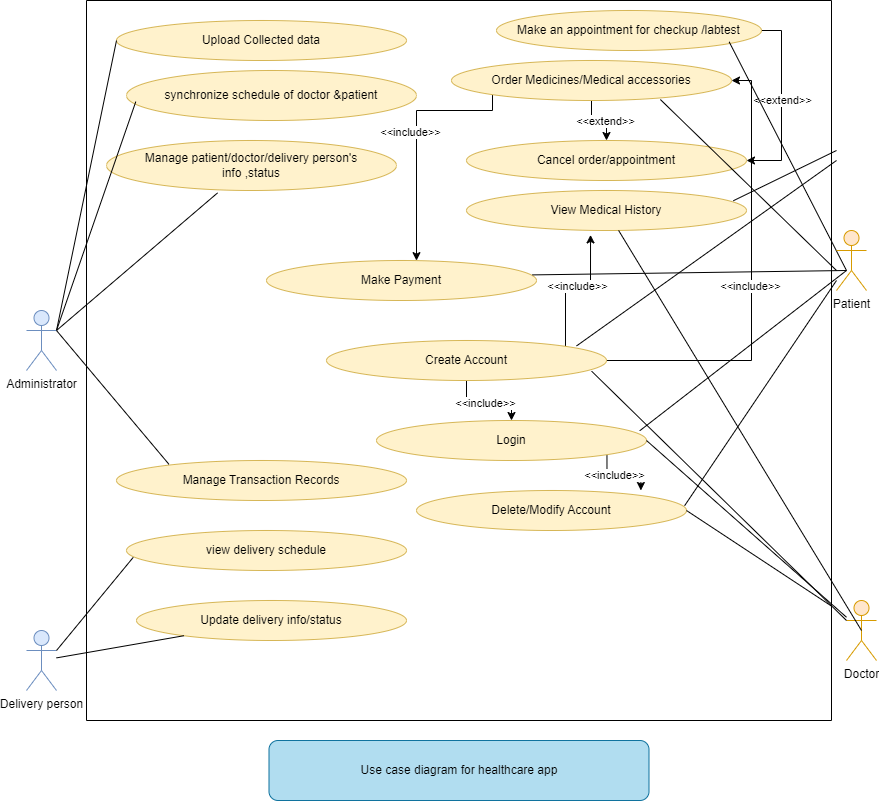
This is medtech_maven_usecase_diagram.png from TRISHAHALDER/Medtech_Maven_usecase_diagram, a draw.io export, as it was before one commit. Source tidied: cells renumbered, new cells last; positions are measured from the earlier drawing's top-left corner, leaving out a move shared by most shapes.
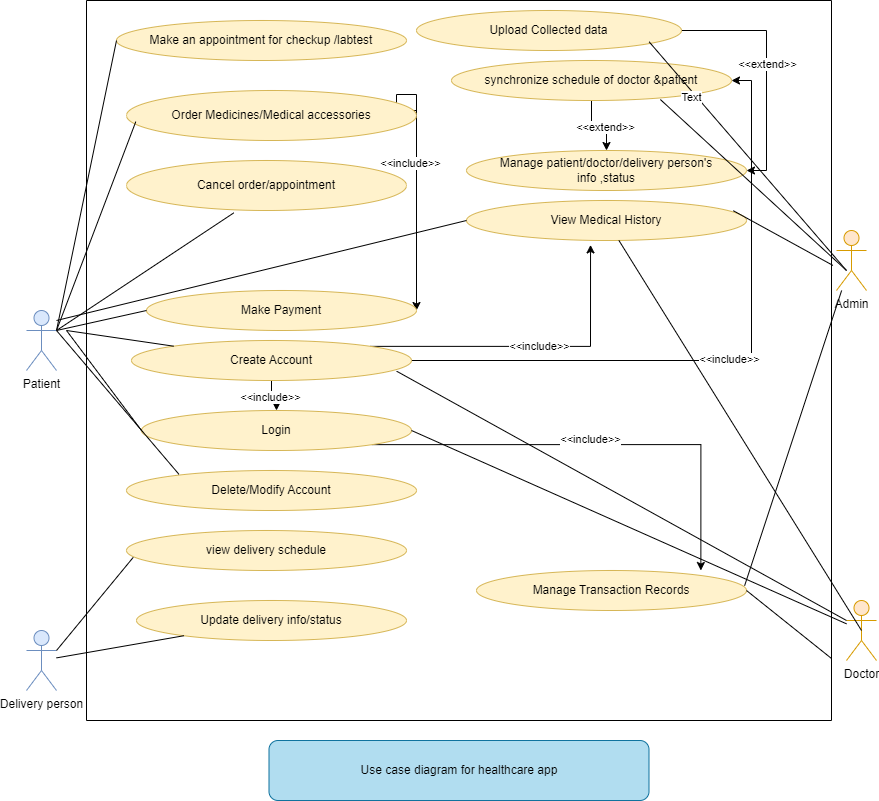
Later version of the same file.

What changed in the source:
```diff
@@ -24,10 +24,10 @@
       <mxGeometry x="-0.11" y="-2" relative="1" as="geometry" />
     </mxCell>
     <mxCell id="9" value="Create Account" style="ellipse;whiteSpace=wrap;html=1;fillColor=#fff2cc;strokeColor=#d6b656;" parent="2" vertex="1">
-      <mxGeometry x="240" y="340" width="280" height="40" as="geometry" />
+      <mxGeometry x="45" y="340" width="280" height="40" as="geometry" />
     </mxCell>
-    <mxCell id="10" value="Delete/Modify Account" style="ellipse;whiteSpace=wrap;html=1;fillColor=#fff2cc;strokeColor=#d6b656;" parent="2" vertex="1">
-      <mxGeometry x="330" y="490" width="270" height="40" as="geometry" />
+    <mxCell id="10" value="Manage Transaction Records" style="ellipse;whiteSpace=wrap;html=1;fillColor=#fff2cc;strokeColor=#d6b656;" parent="2" vertex="1">
+      <mxGeometry x="390" y="570" width="270" height="40" as="geometry" />
     </mxCell>
     <mxCell id="11" style="edgeStyle=orthogonalEdgeStyle;rounded=0;jettySize=auto;html=1;exitX=1;exitY=1;exitDx=0;exitDy=0;entryX=0.831;entryY=0;entryDx=0;entryDy=0;entryPerimeter=0;" parent="2" edge="1" source="13" target="10">
       <mxGeometry relative="1" as="geometry" />
@@ -36,20 +36,17 @@
       <mxGeometry x="-0.04" y="6" relative="1" as="geometry" />
     </mxCell>
     <mxCell id="13" value="Login" style="ellipse;whiteSpace=wrap;html=1;fillColor=#fff2cc;strokeColor=#d6b656;" parent="2" vertex="1">
-      <mxGeometry x="290" y="420" width="270" height="40" as="geometry" />
+      <mxGeometry x="55" y="410" width="270" height="40" as="geometry" />
     </mxCell>
-    <mxCell id="14" style="endArrow=none;html=1;rounded=0;exitX=0.893;exitY=0.136;exitDx=0;exitDy=0;exitPerimeter=0;" parent="2" edge="1" source="9">
-      <mxGeometry relative="1" as="geometry">
-        <mxPoint x="750" y="160" as="targetPoint" />
-      </mxGeometry>
-    </mxCell>
     <mxCell id="15" style="endArrow=none;html=1;rounded=0;exitX=1;exitY=0.5;exitDx=0;exitDy=0;" parent="2" edge="1" source="10" target="2">
       <mxGeometry relative="1" as="geometry" />
     </mxCell>
-    <mxCell id="16" style="edgeStyle=orthogonalEdgeStyle;rounded=0;jettySize=auto;html=1;exitX=0;exitY=1;exitDx=0;exitDy=0;" parent="2" edge="1" source="20" target="29">
+    <mxCell id="16" style="edgeStyle=orthogonalEdgeStyle;rounded=0;jettySize=auto;html=1;exitX=1;exitY=0.5;exitDx=0;exitDy=0;" parent="2" edge="1" source="27" target="29">
       <mxGeometry relative="1" as="geometry">
         <Array as="points">
-          <mxPoint x="406" y="110" />
+          <mxPoint x="330" y="94" />
+          <mxPoint x="310" y="94" />
+          <mxPoint x="310" y="110" />
           <mxPoint x="330" y="110" />
         </Array>
       </mxGeometry>
@@ -63,11 +60,11 @@
     <mxCell id="19" value="&amp;lt;&amp;lt;extend&amp;gt;&amp;gt;" style="edgeLabel;html=1;align=center;verticalAlign=middle;" parent="18" vertex="1">
       <mxGeometry x="0.26" y="-2" relative="1" as="geometry" />
     </mxCell>
-    <mxCell id="20" value="Order Medicines/Medical accessories" style="ellipse;whiteSpace=wrap;html=1;fillColor=#fff2cc;strokeColor=#d6b656;" parent="2" vertex="1">
+    <mxCell id="20" value="synchronize schedule of doctor &amp;amp;patient" style="ellipse;whiteSpace=wrap;html=1;fillColor=#fff2cc;strokeColor=#d6b656;" parent="2" vertex="1">
       <mxGeometry x="365" y="60" width="280" height="40" as="geometry" />
     </mxCell>
     <mxCell id="21" value="View Medical History" style="ellipse;whiteSpace=wrap;html=1;fillColor=#fff2cc;strokeColor=#d6b656;" parent="2" vertex="1">
-      <mxGeometry x="380" y="190" width="280" height="40" as="geometry" />
+      <mxGeometry x="380" y="200" width="280" height="40" as="geometry" />
     </mxCell>
     <mxCell id="22" style="edgeStyle=orthogonalEdgeStyle;rounded=0;jettySize=auto;html=1;exitX=1;exitY=0.5;exitDx=0;exitDy=0;entryX=1;entryY=0.5;entryDx=0;entryDy=0;" parent="2" edge="1" source="24" target="33">
       <mxGeometry relative="1" as="geometry" />
@@ -75,37 +72,35 @@
     <mxCell id="23" value="&amp;lt;&amp;lt;extend&amp;gt;&amp;gt;" style="edgeLabel;html=1;align=center;verticalAlign=middle;" parent="22" vertex="1">
       <mxGeometry x="-0.04" relative="1" as="geometry" />
     </mxCell>
-    <mxCell id="24" value="Make an appointment for checkup /labtest" style="ellipse;whiteSpace=wrap;html=1;fillColor=#fff2cc;strokeColor=#d6b656;" parent="2" vertex="1">
-      <mxGeometry x="410" y="10" width="265" height="40" as="geometry" />
+    <mxCell id="24" value="Upload Collected data" style="ellipse;whiteSpace=wrap;html=1;fillColor=#fff2cc;strokeColor=#d6b656;" parent="2" vertex="1">
+      <mxGeometry x="330" y="10" width="265" height="40" as="geometry" />
     </mxCell>
-    <mxCell id="25" style="endArrow=none;html=1;rounded=0;exitX=0.953;exitY=0.256;exitDx=0;exitDy=0;exitPerimeter=0;" parent="2" edge="1" source="21">
-      <mxGeometry relative="1" as="geometry">
-        <mxPoint x="750" y="150" as="targetPoint" />
-      </mxGeometry>
+    <mxCell id="25" style="endArrow=none;html=1;rounded=0;exitX=0.953;exitY=0.256;exitDx=0;exitDy=0;exitPerimeter=0;entryX=1.002;entryY=0.368;entryDx=0;entryDy=0;entryPerimeter=0;" parent="2" edge="1" source="21" target="2">
+      <mxGeometry relative="1" as="geometry" />
     </mxCell>
-    <mxCell id="26" value="Upload Collected data" style="ellipse;whiteSpace=wrap;html=1;fillColor=#fff2cc;strokeColor=#d6b656;" parent="2" vertex="1">
+    <mxCell id="26" value="Make an appointment for checkup /labtest" style="ellipse;whiteSpace=wrap;html=1;fillColor=#fff2cc;strokeColor=#d6b656;" parent="2" vertex="1">
       <mxGeometry x="30" y="20" width="290" height="40" as="geometry" />
     </mxCell>
-    <mxCell id="27" value="synchronize schedule of doctor &amp;amp;patient" style="ellipse;whiteSpace=wrap;html=1;fillColor=#fff2cc;strokeColor=#d6b656;" parent="2" vertex="1">
-      <mxGeometry x="40" y="70" width="290" height="50" as="geometry" />
+    <mxCell id="27" value="Order Medicines/Medical accessories" style="ellipse;whiteSpace=wrap;html=1;fillColor=#fff2cc;strokeColor=#d6b656;" parent="2" vertex="1">
+      <mxGeometry x="40" y="90" width="290" height="50" as="geometry" />
     </mxCell>
     <mxCell id="28" value="view delivery schedule" style="ellipse;whiteSpace=wrap;html=1;fillColor=#fff2cc;strokeColor=#d6b656;" parent="2" vertex="1">
       <mxGeometry x="40" y="530" width="280" height="40" as="geometry" />
     </mxCell>
     <mxCell id="29" value="Make Payment" style="ellipse;whiteSpace=wrap;html=1;fillColor=#fff2cc;strokeColor=#d6b656;" parent="2" vertex="1">
-      <mxGeometry x="180" y="260" width="270" height="40" as="geometry" />
+      <mxGeometry x="60" y="290" width="270" height="40" as="geometry" />
     </mxCell>
-    <mxCell id="30" value="Manage patient/doctor/delivery person's&lt;br&gt;info ,status" style="ellipse;whiteSpace=wrap;html=1;fillColor=#fff2cc;strokeColor=#d6b656;" parent="2" vertex="1">
-      <mxGeometry x="20" y="140" width="290" height="50" as="geometry" />
+    <mxCell id="30" value="Cancel order/appointment" style="ellipse;whiteSpace=wrap;html=1;fillColor=#fff2cc;strokeColor=#d6b656;" parent="2" vertex="1">
+      <mxGeometry x="40" y="160" width="280" height="50" as="geometry" />
     </mxCell>
     <mxCell id="31" value="Update delivery info/status" style="ellipse;whiteSpace=wrap;html=1;fillColor=#fff2cc;strokeColor=#d6b656;" parent="2" vertex="1">
       <mxGeometry x="50" y="600" width="270" height="40" as="geometry" />
     </mxCell>
-    <mxCell id="32" value="Manage Transaction Records" style="ellipse;whiteSpace=wrap;html=1;fillColor=#fff2cc;strokeColor=#d6b656;" parent="2" vertex="1">
-      <mxGeometry x="30" y="460" width="290" height="40" as="geometry" />
+    <mxCell id="32" value="Delete/Modify Account" style="ellipse;whiteSpace=wrap;html=1;fillColor=#fff2cc;strokeColor=#d6b656;" parent="2" vertex="1">
+      <mxGeometry x="40" y="470" width="290" height="40" as="geometry" />
     </mxCell>
-    <mxCell id="33" value="Cancel order/appointment" style="ellipse;whiteSpace=wrap;html=1;fillColor=#fff2cc;strokeColor=#d6b656;" parent="2" vertex="1">
-      <mxGeometry x="380" y="140" width="280" height="40" as="geometry" />
+    <mxCell id="33" value="Manage patient/doctor/delivery person's&lt;br style=&quot;border-color: var(--border-color);&quot;&gt;info ,status" style="ellipse;whiteSpace=wrap;html=1;fillColor=#fff2cc;strokeColor=#d6b656;" parent="2" vertex="1">
+      <mxGeometry x="380" y="150" width="280" height="40" as="geometry" />
     </mxCell>
     <mxCell id="34" value="Delivery person" style="shape=umlActor;verticalLabelPosition=bottom;verticalAlign=top;html=1;outlineConnect=0;fillColor=#dae8fc;strokeColor=#6c8ebf;" parent="1" vertex="1">
       <mxGeometry y="630" width="30" height="60" as="geometry" />
@@ -113,15 +108,8 @@
     <mxCell id="35" value="Doctor" style="shape=umlActor;verticalLabelPosition=bottom;verticalAlign=top;html=1;outlineConnect=0;fillColor=#ffe6cc;strokeColor=#d79b00;" parent="1" vertex="1">
       <mxGeometry x="820" y="600" width="30" height="60" as="geometry" />
     </mxCell>
-    <mxCell id="36" style="endArrow=none;html=1;rounded=0;exitX=0.975;exitY=0.256;exitDx=0;exitDy=0;exitPerimeter=0;" parent="1" edge="1" source="13">
-      <mxGeometry relative="1" as="geometry">
-        <mxPoint x="820" y="270" as="targetPoint" />
-      </mxGeometry>
-    </mxCell>
-    <mxCell id="37" style="endArrow=none;html=1;rounded=0;exitX=0.993;exitY=0.38;exitDx=0;exitDy=0;exitPerimeter=0;" parent="1" edge="1" source="10">
-      <mxGeometry relative="1" as="geometry">
-        <mxPoint x="810" y="280" as="targetPoint" />
-      </mxGeometry>
+    <mxCell id="37" style="endArrow=none;html=1;rounded=0;exitX=0.993;exitY=0.38;exitDx=0;exitDy=0;exitPerimeter=0;" parent="1" edge="1" source="10" target="50">
+      <mxGeometry relative="1" as="geometry" />
     </mxCell>
     <mxCell id="38" style="endArrow=none;html=1;rounded=0;exitX=1;exitY=0.5;exitDx=0;exitDy=0;" parent="1" edge="1" source="13" target="35">
       <mxGeometry relative="1" as="geometry" />
@@ -131,7 +119,7 @@
     </mxCell>
     <mxCell id="40" style="endArrow=none;html=1;rounded=0;exitX=0.746;exitY=0.976;exitDx=0;exitDy=0;exitPerimeter=0;fontStyle=1;" parent="1" edge="1" source="20">
       <mxGeometry relative="1" as="geometry">
-        <mxPoint x="810" y="270" as="targetPoint" />
+        <mxPoint x="820" y="270" as="targetPoint" />
       </mxGeometry>
     </mxCell>
     <mxCell id="41" style="endArrow=none;html=1;rounded=0;entryX=0;entryY=0.5;entryDx=0;entryDy=0;exitX=1;exitY=0.3333333333333333;exitDx=0;exitDy=0;exitPerimeter=0;" parent="1" edge="1" source="51" target="26">
@@ -145,11 +133,6 @@
     <mxCell id="43" style="endArrow=none;html=1;rounded=0;entryX=0.5;entryY=0.5;entryDx=0;entryDy=0;entryPerimeter=0;" parent="1" edge="1" source="21" target="35">
       <mxGeometry relative="1" as="geometry" />
     </mxCell>
-    <mxCell id="44" style="endArrow=none;html=1;rounded=0;exitX=0.985;exitY=0.36;exitDx=0;exitDy=0;exitPerimeter=0;" parent="1" edge="1" source="29">
-      <mxGeometry relative="1" as="geometry">
-        <mxPoint x="820" y="270" as="targetPoint" />
-      </mxGeometry>
-    </mxCell>
     <mxCell id="45" style="endArrow=none;html=1;rounded=0;entryX=0.024;entryY=0.672;entryDx=0;entryDy=0;entryPerimeter=0;exitX=1;exitY=0.3333333333333333;exitDx=0;exitDy=0;exitPerimeter=0;" parent="1" edge="1" source="34" target="28">
       <mxGeometry relative="1" as="geometry" />
     </mxCell>
@@ -167,10 +150,15 @@
         <mxPoint x="820" y="270" as="targetPoint" />
       </mxGeometry>
     </mxCell>
+    <mxCell id="53" value="Text" style="edgeLabel;html=1;align=center;verticalAlign=middle;" parent="49" vertex="1">
+      <mxGeometry x="-0.54" y="-4" relative="1" as="geometry">
+        <mxPoint x="-1" as="offset" />
+      </mxGeometry>
+    </mxCell>
-    <mxCell id="50" value="Patient" style="shape=umlActor;verticalLabelPosition=bottom;verticalAlign=top;html=1;outlineConnect=0;fillColor=#ffe6cc;strokeColor=#d79b00;" parent="1" vertex="1">
+    <mxCell id="50" value="Admin" style="shape=umlActor;verticalLabelPosition=bottom;verticalAlign=top;html=1;outlineConnect=0;fillColor=#ffe6cc;strokeColor=#d79b00;" parent="1" vertex="1">
       <mxGeometry x="810" y="230" width="30" height="60" as="geometry" />
     </mxCell>
-    <mxCell id="51" value="Administrator" style="shape=umlActor;verticalLabelPosition=bottom;verticalAlign=top;html=1;outlineConnect=0;fillColor=#dae8fc;strokeColor=#6c8ebf;" parent="1" vertex="1">
+    <mxCell id="51" value="Patient" style="shape=umlActor;verticalLabelPosition=bottom;verticalAlign=top;html=1;outlineConnect=0;fillColor=#dae8fc;strokeColor=#6c8ebf;" parent="1" vertex="1">
       <mxGeometry y="310" width="30" height="60" as="geometry" />
     </mxCell>
     <mxCell id="52" style="endArrow=none;html=1;rounded=0;entryX=0.383;entryY=1.048;entryDx=0;entryDy=0;entryPerimeter=0;" parent="1" edge="1" target="30">
@@ -178,5 +166,25 @@
         <mxPoint x="30" y="330" as="sourcePoint" />
       </mxGeometry>
     </mxCell>
+    <mxCell id="54" style="endArrow=none;html=1;rounded=0;entryX=0;entryY=0.5;entryDx=0;entryDy=0;" parent="1" edge="1" target="29">
+      <mxGeometry relative="1" as="geometry">
+        <mxPoint x="30" y="330" as="sourcePoint" />
+      </mxGeometry>
+    </mxCell>
+    <mxCell id="55" style="endArrow=none;html=1;rounded=0;" parent="1" edge="1" target="9">
+      <mxGeometry relative="1" as="geometry">
+        <mxPoint x="40" y="330" as="sourcePoint" />
+      </mxGeometry>
+    </mxCell>
+    <mxCell id="56" style="endArrow=none;html=1;rounded=0;entryX=0;entryY=0.5;entryDx=0;entryDy=0;" parent="1" edge="1" target="13">
+      <mxGeometry relative="1" as="geometry">
+        <mxPoint x="40" y="330" as="sourcePoint" />
+      </mxGeometry>
+    </mxCell>
+    <mxCell id="57" style="endArrow=none;html=1;rounded=0;entryX=0;entryY=0.5;entryDx=0;entryDy=0;" parent="1" edge="1" target="21">
+      <mxGeometry relative="1" as="geometry">
+        <mxPoint x="30" y="320" as="sourcePoint" />
+      </mxGeometry>
+    </mxCell>
   </root>
 </mxGraphModel>
```
